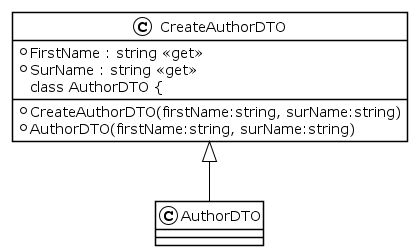
Earlier version of the PlantUML export Documentation/UML/Images/AuthorDTO.png (ahja-itu/BDSA2021-FinalProject).
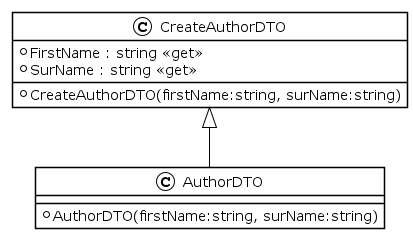
The same file after the commit.

Change to the diagram source:
```diff
@@ -1,11 +1,13 @@
 @startuml
 !theme plain
 class CreateAuthorDTO {
-+ CreateAuthorDTO(firstName:string, surName:string)
-+ FirstName : string <<get>>
-+ SurName : string <<get>>
+    + CreateAuthorDTO(firstName:string, surName:string)
+    + FirstName : string <<get>>
+    + SurName : string <<get>>
+}
+
 class AuthorDTO {
-+ AuthorDTO(firstName:string, surName:string)
+    + AuthorDTO(firstName:string, surName:string)
 }
 
 CreateAuthorDTO <|-- AuthorDTO
```
